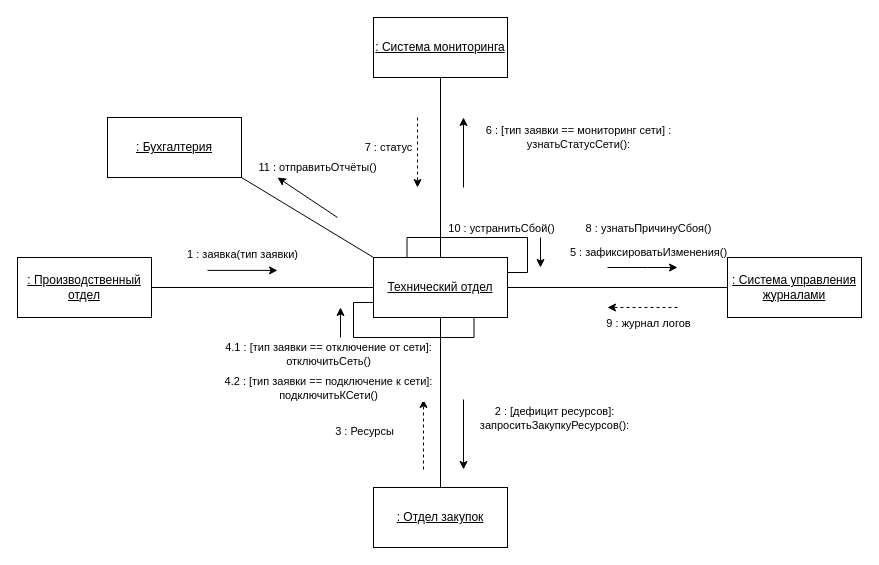
Alexander-Bankov/draw keeps this draw.io diagram as tpiws7.drawio. Above is the earlier version. Source tidied: cells renumbered, new cells numbered last; positions are measured from the earlier drawing's top-left corner, leaving out a move shared by most shapes. Both pictures are drawn from the tidied source at 100%, with x=0, y=0 at pixel (17, 17).
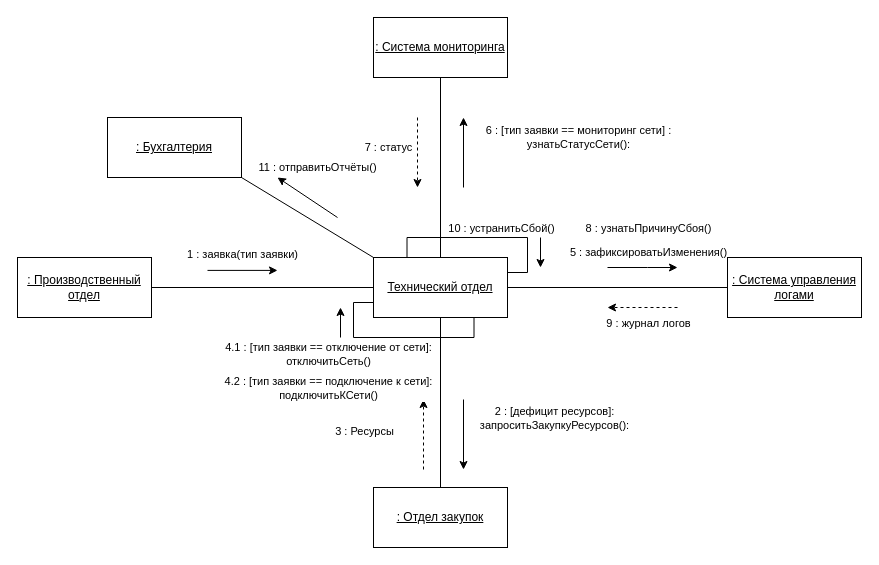
The same page after the edit.

What changed in the source:
```diff
@@
-    <mxCell id="17" value="&lt;u&gt;: Система управления журналами&lt;/u&gt;" style="rounded=0;whiteSpace=wrap;html=1;" parent="1" vertex="1">
+    <mxCell id="17" value="&lt;u&gt;: Система управления логами&lt;/u&gt;" style="rounded=0;whiteSpace=wrap;html=1;" parent="1" vertex="1">
       <mxGeometry x="710" y="240" width="134" height="60" as="geometry" />
     </mxCell>
```
